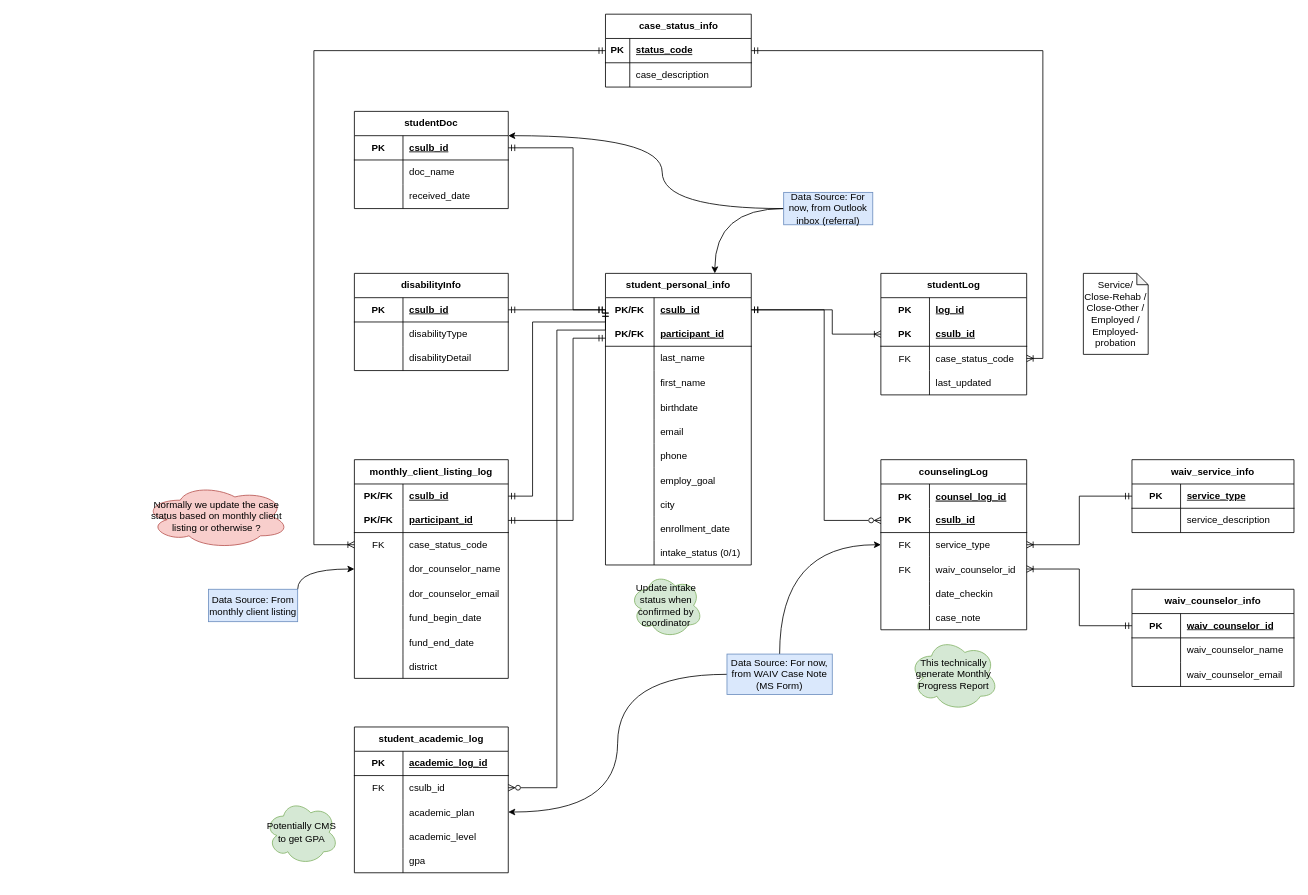
Above: waivSchema.drawio in markqle/waiv (draw.io), before the change. Source tidied: cells renumbered, new cells numbered last; positions are measured from the earlier drawing's top-left corner, leaving out a move shared by most shapes. Both pictures are drawn from the tidied source at 81%, with x=0, y=0 at pixel (143, 14).
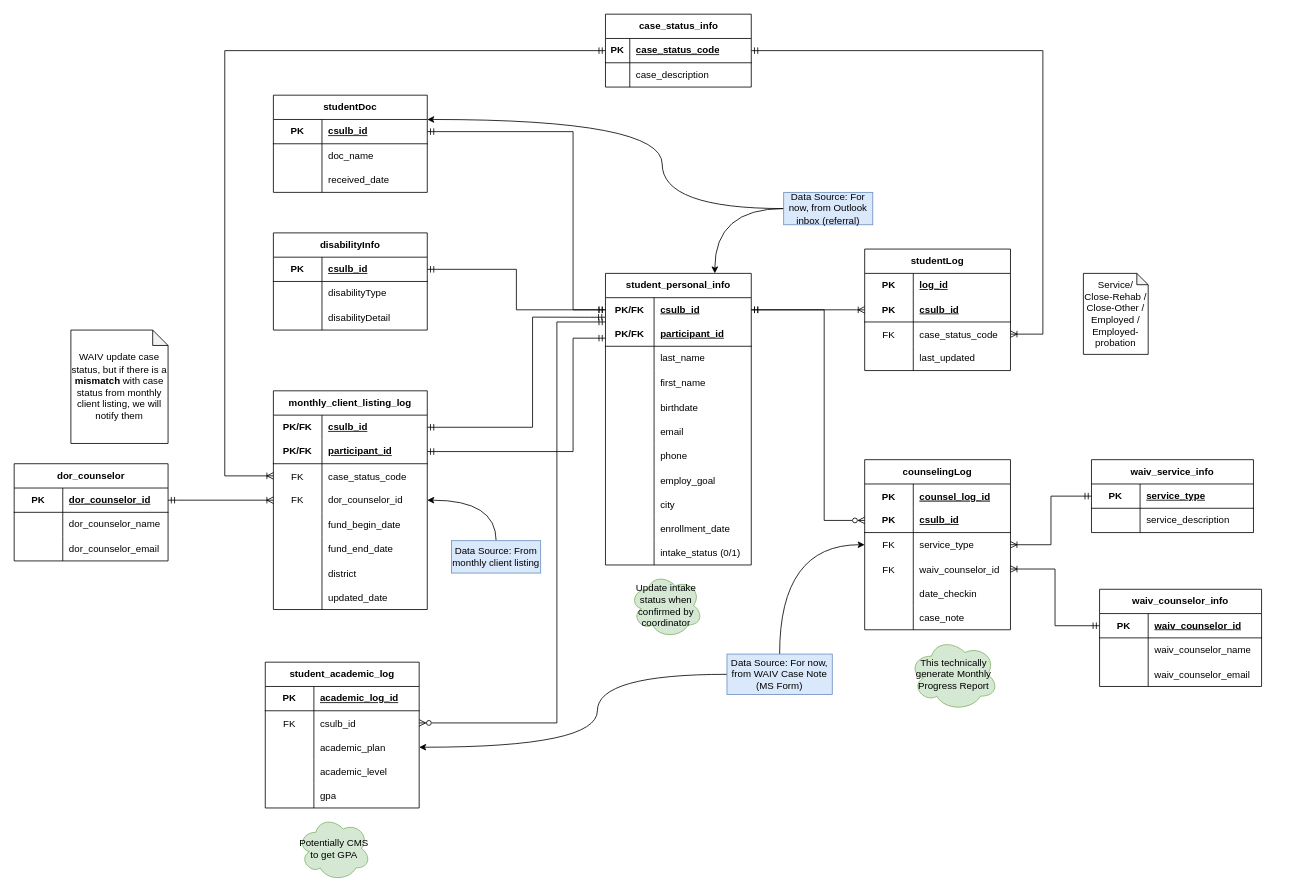
Above is the later version.

Unchanged cells that the change refers to:
```xml
<mxCell id="3" style="shape=tableRow;horizontal=0;startSize=0;swimlaneHead=0;swimlaneBody=0;fillColor=none;points=[[0,0.5],[1,0.5]];portConstraint=eastwest;top=0;left=0;right=0;bottom=0;html=1;" parent="2" vertex="1">
  <mxGeometry y="30" width="180" height="30" as="geometry" />
</mxCell>
<mxCell id="37" style="shape=tableRow;horizontal=0;startSize=0;swimlaneHead=0;swimlaneBody=0;fillColor=none;points=[[0,0.5],[1,0.5]];portConstraint=eastwest;top=0;left=0;right=0;bottom=1;" parent="36" vertex="1">
  <mxGeometry y="30" width="180" height="30" as="geometry" />
</mxCell>
<mxCell id="57" style="shape=tableRow;horizontal=0;startSize=0;swimlaneHead=0;swimlaneBody=0;fillColor=none;points=[[0,0.5],[1,0.5]];portConstraint=eastwest;top=0;left=0;right=0;bottom=1;html=1;" parent="53" vertex="1">
  <mxGeometry y="60" width="180" height="30" as="geometry" />
</mxCell>
<mxCell id="60" style="shape=tableRow;horizontal=0;startSize=0;swimlaneHead=0;swimlaneBody=0;fillColor=none;points=[[0,0.5],[1,0.5]];portConstraint=eastwest;top=0;left=0;right=0;bottom=0;" parent="53" vertex="1">
  <mxGeometry y="90" width="180" height="30" as="geometry" />
</mxCell>
<mxCell id="109" style="shape=tableRow;horizontal=0;startSize=0;swimlaneHead=0;swimlaneBody=0;fillColor=none;points=[[0,0.5],[1,0.5]];portConstraint=eastwest;top=0;left=0;right=0;bottom=0;html=1;" parent="108" vertex="1">
  <mxGeometry y="30" width="190" height="30" as="geometry" />
</mxCell>
<mxCell id="112" style="shape=tableRow;horizontal=0;startSize=0;swimlaneHead=0;swimlaneBody=0;fillColor=none;points=[[0,0.5],[1,0.5]];portConstraint=eastwest;top=0;left=0;right=0;bottom=1;html=1;" parent="108" vertex="1">
  <mxGeometry y="60" width="190" height="30" as="geometry" />
</mxCell>
<mxCell id="115" style="shape=tableRow;horizontal=0;startSize=0;swimlaneHead=0;swimlaneBody=0;fillColor=none;points=[[0,0.5],[1,0.5]];portConstraint=eastwest;top=0;left=0;right=0;bottom=0;" parent="108" vertex="1">
  <mxGeometry y="90" width="190" height="30" as="geometry" />
</mxCell>
<mxCell id="118" style="shape=tableRow;horizontal=0;startSize=0;swimlaneHead=0;swimlaneBody=0;fillColor=none;points=[[0,0.5],[1,0.5]];portConstraint=eastwest;top=0;left=0;right=0;bottom=0;html=1;" parent="108" vertex="1">
  <mxGeometry y="120" width="190" height="30" as="geometry" />
</mxCell>
<mxCell id="139" value="Data Source: For now, from WAIV Case Note (MS Form)" style="text;html=1;align=center;verticalAlign=middle;whiteSpace=wrap;rounded=0;fillColor=#dae8fc;strokeColor=#6c8ebf;" parent="1" vertex="1">
  <mxGeometry x="720" y="790" width="130" height="50" as="geometry" />
</mxCell>
<mxCell id="142" value="Data Source: For now, from Outlook inbox (referral)" style="text;html=1;align=center;verticalAlign=middle;whiteSpace=wrap;rounded=0;fillColor=#dae8fc;strokeColor=#6c8ebf;" parent="1" vertex="1">
  <mxGeometry x="790" y="220" width="110" height="40" as="geometry" />
</mxCell>
<mxCell id="147" style="shape=tableRow;horizontal=0;startSize=0;swimlaneHead=0;swimlaneBody=0;fillColor=none;points=[[0,0.5],[1,0.5]];portConstraint=eastwest;top=0;left=0;right=0;bottom=0;" parent="143" vertex="1">
  <mxGeometry y="60" width="190" height="30" as="geometry" />
</mxCell>
<mxCell id="150" style="shape=tableRow;horizontal=0;startSize=0;swimlaneHead=0;swimlaneBody=0;fillColor=none;points=[[0,0.5],[1,0.5]];portConstraint=eastwest;top=0;left=0;right=0;bottom=0;" parent="143" vertex="1">
  <mxGeometry y="90" width="190" height="30" as="geometry" />
</mxCell>
<mxCell id="163" style="shape=tableRow;horizontal=0;startSize=0;swimlaneHead=0;swimlaneBody=0;fillColor=none;points=[[0,0.5],[1,0.5]];portConstraint=eastwest;top=0;left=0;right=0;bottom=1;html=1;" parent="162" vertex="1">
  <mxGeometry y="30" width="190" height="30" as="geometry" />
</mxCell>
```

The edit, as a diff of the source:
```diff
@@
-    <mxCell id="39" value="status_code" style="shape=partialRectangle;fillColor=none;top=0;left=0;bottom=0;right=0;align=left;spacingLeft=6;fontStyle=5;overflow=hidden;whiteSpace=wrap;html=1;" parent="37" vertex="1">
+    <mxCell id="39" value="case_status_code" style="shape=partialRectangle;fillColor=none;top=0;left=0;bottom=0;right=0;align=left;spacingLeft=6;fontStyle=5;overflow=hidden;whiteSpace=wrap;html=1;" parent="37" vertex="1">
       <mxGeometry x="30" width="150" height="30" as="geometry" />
     </mxCell>
@@
     <mxCell id="43" value="disabilityInfo" style="shape=table;startSize=30;childLayout=tableLayout;rowLines=0;fontStyle=1;align=center;html=1;whiteSpace=wrap;" parent="1" vertex="1">
-      <mxGeometry x="260" y="320" width="190" height="120" as="geometry" />
+      <mxGeometry x="160" y="270" width="190" height="120" as="geometry" />
     </mxCell>
@@
     <mxCell id="53" value="studentLog" style="shape=table;startSize=30;childLayout=tableLayout;rowLines=0;fontStyle=1;align=center;html=1;whiteSpace=wrap;" parent="1" vertex="1">
-      <mxGeometry x="910" y="320" width="180" height="150" as="geometry" />
+      <mxGeometry x="890" y="290" width="180" height="150" as="geometry" />
     </mxCell>
@@
     <mxCell id="66" value="counselingLog" style="shape=table;startSize=30;childLayout=tableLayout;rowLines=0;fontStyle=1;align=center;html=1;whiteSpace=wrap;" parent="1" vertex="1">
-      <mxGeometry x="910" y="550" width="180" height="210" as="geometry" />
+      <mxGeometry x="890" y="550" width="180" height="210" as="geometry" />
     </mxCell>
@@
     <mxCell id="85" value="waiv_service_info" style="shape=table;startSize=30;childLayout=tableLayout;rowLines=0;fontStyle=1;align=center;html=1;whiteSpace=wrap;" parent="1" vertex="1">
-      <mxGeometry x="1220" y="550" width="200" height="90" as="geometry" />
+      <mxGeometry x="1170" y="550" width="200" height="90" as="geometry" />
     </mxCell>
@@
     <mxCell id="93" value="waiv_counselor_info" style="shape=table;startSize=30;childLayout=tableLayout;rowLines=0;fontStyle=1;align=center;html=1;whiteSpace=wrap;" parent="1" vertex="1">
-      <mxGeometry x="1220" y="710" width="200" height="120" as="geometry" />
+      <mxGeometry x="1180" y="710" width="200" height="120" as="geometry" />
     </mxCell>
@@
     <mxCell id="104" style="edgeStyle=orthogonalEdgeStyle;rounded=0;jettySize=auto;html=1;exitX=1;exitY=0.5;exitDx=0;exitDy=0;endArrow=ERoneToMany;endFill=0;startArrow=ERmandOne;startFill=0;entryX=1;entryY=0.5;entryDx=0;entryDy=0;" parent="1" edge="1" source="37" target="60">
       <mxGeometry relative="1" as="geometry">
         <Array as="points">
           <mxPoint x="1110" y="45" />
-          <mxPoint x="1110" y="425" />
+          <mxPoint x="1110" y="395" />
         </Array>
       </mxGeometry>
     </mxCell>
@@
     <mxCell id="107" style="edgeStyle=orthogonalEdgeStyle;rounded=0;jettySize=auto;html=1;exitX=1;exitY=0.5;exitDx=0;exitDy=0;entryX=0;entryY=0.5;entryDx=0;entryDy=0;endArrow=ERoneToMany;endFill=0;startArrow=ERmandOne;startFill=0;" parent="1" edge="1" source="3" target="57">
       <mxGeometry relative="1" as="geometry">
         <Array as="points">
-          <mxPoint x="850" y="365" />
-          <mxPoint x="850" y="395" />
+          <mxPoint x="880" y="365" />
+          <mxPoint x="880" y="365" />
         </Array>
       </mxGeometry>
     </mxCell>
     <mxCell id="108" value="monthly_client_listing_log" style="shape=table;startSize=30;childLayout=tableLayout;rowLines=0;fontStyle=1;align=center;html=1;whiteSpace=wrap;" parent="1" vertex="1">
-      <mxGeometry x="260" y="550" width="190" height="270" as="geometry" />
+      <mxGeometry x="160" y="465" width="190" height="270" as="geometry" />
     </mxCell>
@@
-    <mxCell id="119" style="shape=partialRectangle;fillColor=none;top=0;left=0;bottom=0;right=0;overflow=hidden;html=1;whiteSpace=wrap;" parent="118" vertex="1">
+    <mxCell id="119" value="FK" style="shape=partialRectangle;fillColor=none;top=0;left=0;bottom=0;right=0;overflow=hidden;html=1;whiteSpace=wrap;" parent="118" vertex="1">
       <mxGeometry width="60" height="30" as="geometry" />
     </mxCell>
-    <mxCell id="120" value="dor_counselor_name" style="shape=partialRectangle;fillColor=none;top=0;left=0;bottom=0;right=0;align=left;spacingLeft=6;overflow=hidden;html=1;whiteSpace=wrap;" parent="118" vertex="1">
+    <mxCell id="120" value="dor_counselor_id" style="shape=partialRectangle;fillColor=none;top=0;left=0;bottom=0;right=0;align=left;spacingLeft=6;overflow=hidden;html=1;whiteSpace=wrap;" parent="118" vertex="1">
       <mxGeometry x="60" width="130" height="30" as="geometry" />
     </mxCell>
-    <mxCell id="121" style="shape=tableRow;horizontal=0;startSize=0;swimlaneHead=0;swimlaneBody=0;fillColor=none;top=0;left=0;right=0;bottom=0;" parent="108" vertex="1">
-      <mxGeometry y="150" width="190" height="30" as="geometry" />
-    </mxCell>
-    <mxCell id="122" style="shape=partialRectangle;fillColor=none;top=0;left=0;bottom=0;right=0;overflow=hidden;" parent="121" vertex="1">
-      <mxGeometry width="60" height="30" as="geometry" />
-    </mxCell>
-    <mxCell id="123" value="dor_counselor_email" style="shape=partialRectangle;fillColor=none;top=0;left=0;bottom=0;right=0;align=left;spacingLeft=6;overflow=hidden;" parent="121" vertex="1">
-      <mxGeometry x="60" width="130" height="30" as="geometry" />
-    </mxCell>
     <mxCell id="124" style="shape=tableRow;horizontal=0;startSize=0;swimlaneHead=0;swimlaneBody=0;fillColor=none;top=0;left=0;right=0;bottom=0;" parent="108" vertex="1">
-      <mxGeometry y="180" width="190" height="30" as="geometry" />
+      <mxGeometry y="150" width="190" height="30" as="geometry" />
     </mxCell>
@@
     <mxCell id="127" style="shape=tableRow;horizontal=0;startSize=0;swimlaneHead=0;swimlaneBody=0;fillColor=none;top=0;left=0;right=0;bottom=0;" parent="108" vertex="1">
-      <mxGeometry y="210" width="190" height="30" as="geometry" />
+      <mxGeometry y="180" width="190" height="30" as="geometry" />
     </mxCell>
@@
     <mxCell id="130" style="shape=tableRow;horizontal=0;startSize=0;swimlaneHead=0;swimlaneBody=0;fillColor=none;top=0;left=0;right=0;bottom=0;" parent="108" vertex="1">
-      <mxGeometry y="240" width="190" height="30" as="geometry" />
+      <mxGeometry y="210" width="190" height="30" as="geometry" />
     </mxCell>
@@
+    <mxCell id="177" style="shape=tableRow;horizontal=0;startSize=0;swimlaneHead=0;swimlaneBody=0;fillColor=none;top=0;left=0;right=0;bottom=0;" parent="108" vertex="1">
+      <mxGeometry y="240" width="190" height="30" as="geometry" />
+    </mxCell>
+    <mxCell id="178" style="shape=partialRectangle;fillColor=none;top=0;left=0;bottom=0;right=0;overflow=hidden;" parent="177" vertex="1">
+      <mxGeometry width="60" height="30" as="geometry" />
+    </mxCell>
+    <mxCell id="179" value="updated_date" style="shape=partialRectangle;fillColor=none;top=0;left=0;bottom=0;right=0;align=left;spacingLeft=6;overflow=hidden;" parent="177" vertex="1">
+      <mxGeometry x="60" width="130" height="30" as="geometry" />
+    </mxCell>
-    <mxCell id="133" style="edgeStyle=orthogonalEdgeStyle;rounded=0;jettySize=auto;html=1;entryX=1;entryY=0.5;entryDx=0;entryDy=0;endArrow=ERmandOne;endFill=0;startArrow=ERmandOne;startFill=0;exitX=0;exitY=0.5;exitDx=0;exitDy=0;" parent="1" edge="1" source="3" target="109">
+    <mxCell id="133" style="edgeStyle=orthogonalEdgeStyle;rounded=0;jettySize=auto;html=1;entryX=1;entryY=0.5;entryDx=0;entryDy=0;endArrow=ERmandOne;endFill=0;startArrow=ERmandOne;startFill=0;exitX=-0.003;exitY=0.805;exitDx=0;exitDy=0;exitPerimeter=0;" parent="1" edge="1" source="3" target="109">
       <mxGeometry relative="1" as="geometry">
         <Array as="points">
-          <mxPoint x="570" y="380" />
-          <mxPoint x="480" y="380" />
-          <mxPoint x="480" y="595" />
+          <mxPoint x="550" y="374" />
+          <mxPoint x="480" y="374" />
+          <mxPoint x="480" y="510" />
         </Array>
       </mxGeometry>
     </mxCell>
     <mxCell id="134" style="edgeStyle=orthogonalEdgeStyle;rounded=0;jettySize=auto;html=1;entryX=1;entryY=0.5;entryDx=0;entryDy=0;endArrow=ERmandOne;endFill=0;startArrow=ERmandOne;startFill=0;" parent="1" edge="1" target="112">
       <mxGeometry relative="1" as="geometry">
         <mxPoint x="570" y="400" as="sourcePoint" />
         <Array as="points">
-          <mxPoint x="570" y="400" />
           <mxPoint x="530" y="400" />
-          <mxPoint x="530" y="625" />
+          <mxPoint x="530" y="540" />
         </Array>
       </mxGeometry>
     </mxCell>
     <mxCell id="135" style="edgeStyle=orthogonalEdgeStyle;rounded=0;jettySize=auto;html=1;exitX=0;exitY=0.5;exitDx=0;exitDy=0;endArrow=ERmandOne;endFill=0;startArrow=ERoneToMany;startFill=0;entryX=0;entryY=0.5;entryDx=0;entryDy=0;" parent="1" edge="1" source="115" target="37">
       <mxGeometry relative="1" as="geometry">
         <Array as="points">
-          <mxPoint x="210" y="655" />
-          <mxPoint x="210" y="45" />
+          <mxPoint x="100" y="570" />
+          <mxPoint x="100" y="45" />
         </Array>
       </mxGeometry>
     </mxCell>
@@
     <mxCell id="138" style="edgeStyle=orthogonalEdgeStyle;rounded=0;jettySize=auto;html=1;exitX=0;exitY=0.5;exitDx=0;exitDy=0;entryX=1;entryY=0.5;entryDx=0;entryDy=0;curved=1;" parent="1" edge="1" source="139" target="150">
-      <mxGeometry relative="1" as="geometry" />
+      <mxGeometry relative="1" as="geometry">
+        <Array as="points">
+          <mxPoint x="560" y="815" />
+          <mxPoint x="560" y="905" />
+        </Array>
+      </mxGeometry>
     </mxCell>
@@
     <mxCell id="141" style="edgeStyle=orthogonalEdgeStyle;rounded=0;jettySize=auto;html=1;exitX=0;exitY=0.5;exitDx=0;exitDy=0;entryX=1;entryY=0.25;entryDx=0;entryDy=0;curved=1;" parent="1" edge="1" source="142" target="162">
       <mxGeometry relative="1" as="geometry">
         <Array as="points">
           <mxPoint x="640" y="240" />
-          <mxPoint x="640" y="150" />
+          <mxPoint x="640" y="130" />
         </Array>
       </mxGeometry>
     </mxCell>
@@
     <mxCell id="143" value="student_academic_log" style="shape=table;startSize=30;childLayout=tableLayout;rowLines=0;fontStyle=1;align=center;html=1;whiteSpace=wrap;" parent="1" vertex="1">
-      <mxGeometry x="260" y="880" width="190" height="180" as="geometry" />
+      <mxGeometry x="150" y="800" width="190" height="180" as="geometry" />
     </mxCell>
@@
-    <mxCell id="159" style="edgeStyle=orthogonalEdgeStyle;rounded=0;jettySize=auto;html=1;exitX=1;exitY=0.5;exitDx=0;exitDy=0;endArrow=ERmandOne;endFill=0;startArrow=ERzeroToMany;startFill=0;entryX=0;entryY=0.5;entryDx=0;entryDy=0;" parent="1" edge="1" source="147" target="3">
+    <mxCell id="159" style="edgeStyle=orthogonalEdgeStyle;rounded=0;jettySize=auto;html=1;exitX=1;exitY=0.5;exitDx=0;exitDy=0;endArrow=ERmandOne;endFill=0;startArrow=ERzeroToMany;startFill=0;" parent="1" edge="1" source="147" target="3">
       <mxGeometry relative="1" as="geometry">
         <Array as="points">
-          <mxPoint x="510" y="955" />
-          <mxPoint x="510" y="390" />
-          <mxPoint x="570" y="390" />
+          <mxPoint x="510" y="875" />
+          <mxPoint x="510" y="380" />
         </Array>
       </mxGeometry>
     </mxCell>
-    <mxCell id="160" style="edgeStyle=orthogonalEdgeStyle;rounded=0;jettySize=auto;html=1;exitX=1;exitY=0;exitDx=0;exitDy=0;curved=1;" parent="1" edge="1" source="161" target="118">
+    <mxCell id="160" style="edgeStyle=orthogonalEdgeStyle;rounded=0;jettySize=auto;html=1;exitX=0.5;exitY=0;exitDx=0;exitDy=0;curved=1;" parent="1" edge="1" source="161" target="118">
       <mxGeometry relative="1" as="geometry" />
     </mxCell>
     <mxCell id="161" value="Data Source: From monthly client listing" style="text;html=1;align=center;verticalAlign=middle;whiteSpace=wrap;rounded=0;fillColor=#dae8fc;strokeColor=#6c8ebf;" parent="1" vertex="1">
-      <mxGeometry x="80" y="710" width="110" height="40" as="geometry" />
+      <mxGeometry x="380" y="650" width="110" height="40" as="geometry" />
     </mxCell>
     <mxCell id="162" value="studentDoc" style="shape=table;startSize=30;childLayout=tableLayout;rowLines=0;fontStyle=1;align=center;html=1;whiteSpace=wrap;" parent="1" vertex="1">
-      <mxGeometry x="260" y="120" width="190" height="120" as="geometry" />
+      <mxGeometry x="160" y="100" width="190" height="120" as="geometry" />
     </mxCell>
@@
     <mxCell id="172" style="edgeStyle=orthogonalEdgeStyle;rounded=0;jettySize=auto;html=1;exitX=1;exitY=0.5;exitDx=0;exitDy=0;entryX=0;entryY=0.5;entryDx=0;entryDy=0;endArrow=ERmandOne;endFill=0;startArrow=ERmandOne;startFill=0;" parent="1" edge="1" source="163" target="3">
       <mxGeometry relative="1" as="geometry">
         <Array as="points">
-          <mxPoint x="530" y="165" />
+          <mxPoint x="530" y="145" />
           <mxPoint x="530" y="365" />
         </Array>
       </mxGeometry>
     </mxCell>
     <mxCell id="173" value="Potentially CMS to get GPA" style="ellipse;shape=cloud;whiteSpace=wrap;html=1;align=center;fillColor=#d5e8d4;strokeColor=#82b366;" parent="1" vertex="1">
-      <mxGeometry x="150" y="970" width="90" height="80" as="geometry" />
+      <mxGeometry x="190" y="990" width="90" height="80" as="geometry" />
     </mxCell>
@@
-    <mxCell id="175" value="Normally we update the case status based on monthly client listing or otherwise ?" style="ellipse;shape=cloud;whiteSpace=wrap;html=1;align=center;fillColor=#f8cecc;strokeColor=#b85450;" parent="1" vertex="1">
-      <mxGeometry y="580" width="180" height="80" as="geometry" />
-    </mxCell>
@@
+    <mxCell id="180" value="WAIV update case status, but if there is a &lt;b&gt;mismatch&lt;/b&gt; with case status from monthly client listing, we will notify them" style="shape=note;whiteSpace=wrap;html=1;backgroundOutline=1;darkOpacity=0.05;size=19;" parent="1" vertex="1">
+      <mxGeometry x="-90" y="390" width="120" height="140" as="geometry" />
+    </mxCell>
+    <mxCell id="181" value="dor_counselor" style="shape=table;startSize=30;childLayout=tableLayout;rowLines=0;fontStyle=1;align=center;html=1;whiteSpace=wrap;" parent="1" vertex="1">
+      <mxGeometry x="-160" y="555" width="190" height="120" as="geometry" />
+    </mxCell>
+    <mxCell id="182" style="shape=tableRow;horizontal=0;startSize=0;swimlaneHead=0;swimlaneBody=0;fillColor=none;points=[[0,0.5],[1,0.5]];portConstraint=eastwest;top=0;left=0;right=0;bottom=1;html=1;" parent="181" vertex="1">
+      <mxGeometry y="30" width="190" height="30" as="geometry" />
+    </mxCell>
+    <mxCell id="183" value="PK" style="shape=partialRectangle;fillColor=none;top=0;left=0;bottom=0;right=0;fontStyle=1;overflow=hidden;html=1;whiteSpace=wrap;" parent="182" vertex="1">
+      <mxGeometry width="60" height="30" as="geometry" />
+    </mxCell>
+    <mxCell id="184" value="dor_counselor_id" style="shape=partialRectangle;fillColor=none;top=0;left=0;bottom=0;right=0;align=left;spacingLeft=6;fontStyle=5;overflow=hidden;html=1;whiteSpace=wrap;" parent="182" vertex="1">
+      <mxGeometry x="60" width="130" height="30" as="geometry" />
+    </mxCell>
+    <mxCell id="185" style="shape=tableRow;horizontal=0;startSize=0;swimlaneHead=0;swimlaneBody=0;fillColor=none;top=0;left=0;right=0;bottom=0;html=1;" parent="181" vertex="1">
+      <mxGeometry y="60" width="190" height="30" as="geometry" />
+    </mxCell>
+    <mxCell id="186" style="shape=partialRectangle;fillColor=none;top=0;left=0;bottom=0;right=0;overflow=hidden;html=1;whiteSpace=wrap;" parent="185" vertex="1">
+      <mxGeometry width="60" height="30" as="geometry" />
+    </mxCell>
+    <mxCell id="187" value="dor_counselor_name" style="shape=partialRectangle;fillColor=none;top=0;left=0;bottom=0;right=0;align=left;spacingLeft=6;overflow=hidden;html=1;whiteSpace=wrap;" parent="185" vertex="1">
+      <mxGeometry x="60" width="130" height="30" as="geometry" />
+    </mxCell>
+    <mxCell id="188" style="shape=tableRow;horizontal=0;startSize=0;swimlaneHead=0;swimlaneBody=0;fillColor=none;top=0;left=0;right=0;bottom=0;" parent="181" vertex="1">
+      <mxGeometry y="90" width="190" height="30" as="geometry" />
+    </mxCell>
+    <mxCell id="189" style="shape=partialRectangle;fillColor=none;top=0;left=0;bottom=0;right=0;overflow=hidden;" parent="188" vertex="1">
+      <mxGeometry width="60" height="30" as="geometry" />
+    </mxCell>
+    <mxCell id="123" value="dor_counselor_email" style="shape=partialRectangle;fillColor=none;top=0;left=0;bottom=0;right=0;align=left;spacingLeft=6;overflow=hidden;" parent="188" vertex="1">
+      <mxGeometry x="60" width="130" height="30" as="geometry" />
+    </mxCell>
+    <mxCell id="190" style="edgeStyle=orthogonalEdgeStyle;rounded=0;jettySize=auto;html=1;entryX=0;entryY=0.5;entryDx=0;entryDy=0;endArrow=ERoneToMany;endFill=0;startArrow=ERmandOne;startFill=0;exitX=1;exitY=0.5;exitDx=0;exitDy=0;" parent="1" edge="1" source="182" target="118">
+      <mxGeometry relative="1" as="geometry">
+        <Array as="points">
+          <mxPoint x="40" y="600" />
+        </Array>
+      </mxGeometry>
+    </mxCell>
```
